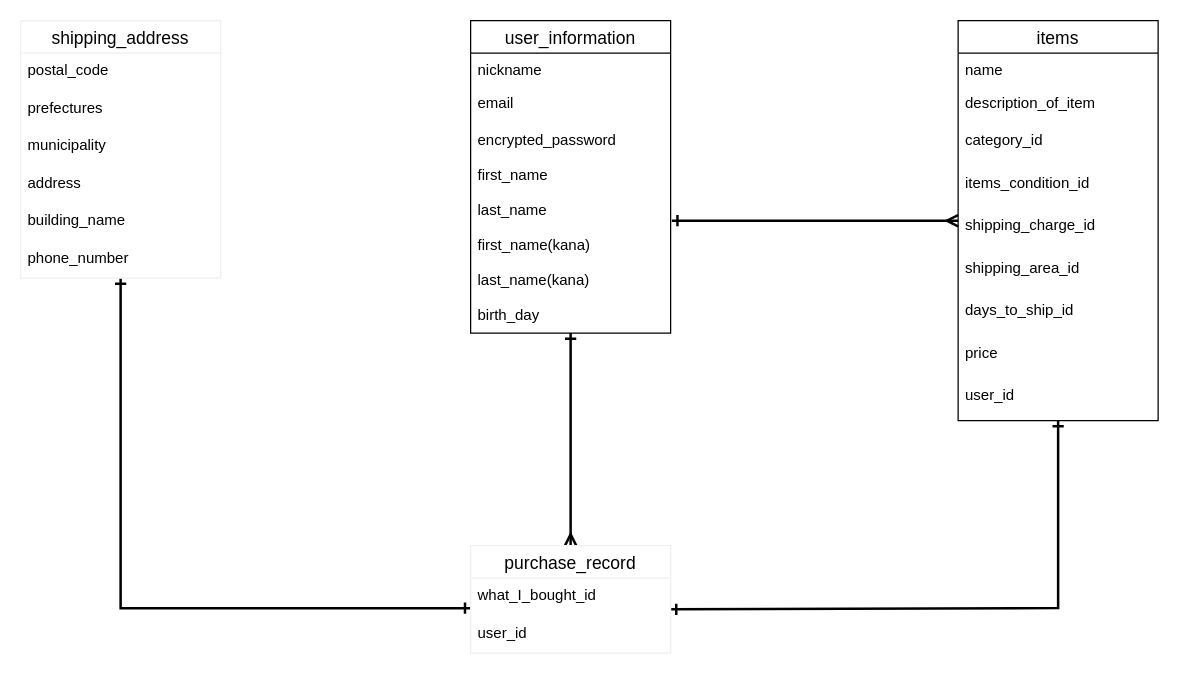
This is furima_ER.dio from sairas774/furima-35582, a draw.io file, before an edit. Source tidied: cells renumbered, new cells numbered last; positions are measured from the earlier drawing's top-left corner, leaving out a move shared by most shapes. Both pictures are drawn from the tidied source at 125%, with x=0, y=0 at pixel (20, 20).
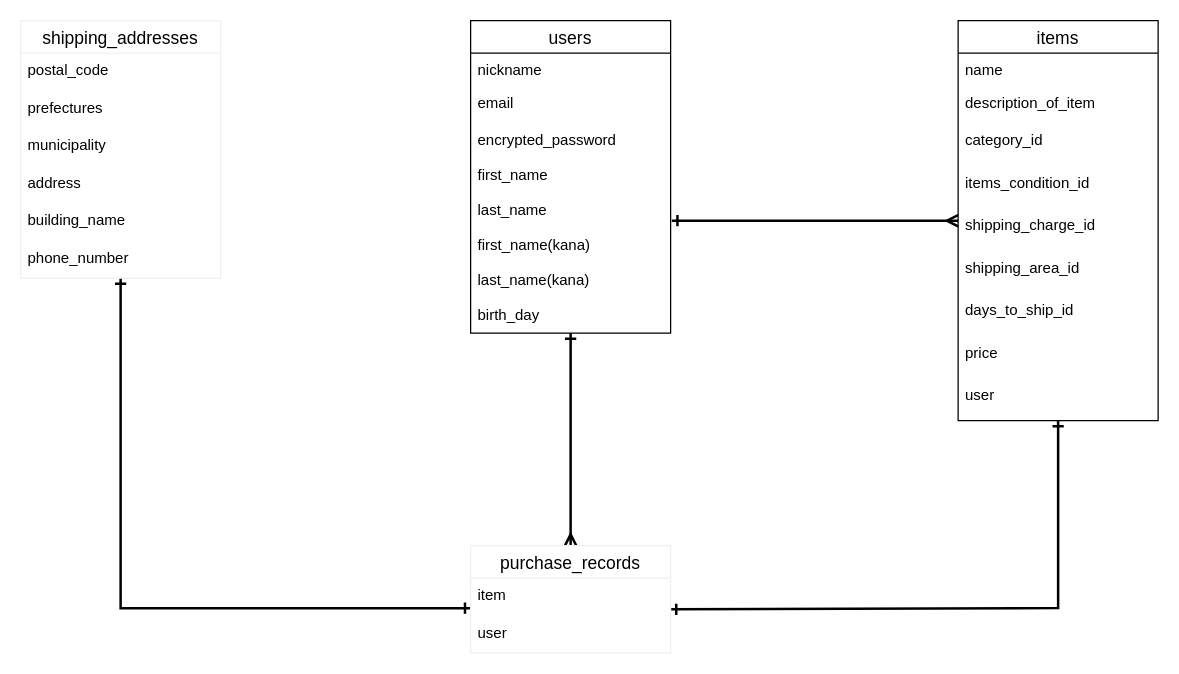
The same page after the edit.

Commit message (it also covers changes not shown here):
データベース修正４

Unchanged cells that the change refers to:
```xml
<mxCell id="14" value="items" style="swimlane;fontStyle=0;horizontal=1;startSize=26;align=center;fontSize=14;" parent="1" vertex="1">
  <mxGeometry x="750" width="160" height="320" as="geometry" />
</mxCell>
```

Change to the diagram source:
```diff
@@
-    <mxCell id="3" value="user_information" style="swimlane;fontStyle=0;horizontal=1;startSize=26;align=center;fontSize=14;" parent="1" vertex="1">
+    <mxCell id="3" value="users" style="swimlane;fontStyle=0;horizontal=1;startSize=26;align=center;fontSize=14;" parent="1" vertex="1">
       <mxGeometry x="360" width="160" height="250" as="geometry" />
     </mxCell>
@@
-    <mxCell id="23" value="user_id" style="text;strokeColor=none;spacingLeft=4;spacingRight=4;overflow=hidden;fontSize=12;align=left;" parent="14" vertex="1">
+    <mxCell id="23" value="user" style="text;strokeColor=none;spacingLeft=4;spacingRight=4;overflow=hidden;fontSize=12;align=left;" parent="14" vertex="1">
       <mxGeometry y="286" width="160" height="34" as="geometry" />
     </mxCell>
@@
-    <mxCell id="25" value="shipping_address" style="swimlane;fontStyle=0;horizontal=1;startSize=26;align=center;fontSize=14;strokeColor=#f0f0f0;fillColor=none;" parent="1" vertex="1">
+    <mxCell id="25" value="shipping_addresses" style="swimlane;fontStyle=0;horizontal=1;startSize=26;align=center;fontSize=14;strokeColor=#f0f0f0;fillColor=none;" parent="1" vertex="1">
       <mxGeometry width="160" height="206" as="geometry" />
     </mxCell>
@@
-    <mxCell id="32" value="purchase_record" style="swimlane;fontStyle=0;horizontal=1;startSize=26;align=center;fontSize=14;strokeColor=#f0f0f0;fillColor=none;" parent="1" vertex="1">
+    <mxCell id="32" value="purchase_records" style="swimlane;fontStyle=0;horizontal=1;startSize=26;align=center;fontSize=14;strokeColor=#f0f0f0;fillColor=none;" parent="1" vertex="1">
       <mxGeometry x="360" y="420" width="160" height="86" as="geometry" />
     </mxCell>
-    <mxCell id="33" value="what_I_bought_id" style="text;strokeColor=none;fillColor=none;spacingLeft=4;spacingRight=4;overflow=hidden;points=[[0,0.5],[1,0.5]];portConstraint=eastwest;fontSize=12;" parent="32" vertex="1">
+    <mxCell id="33" value="item" style="text;strokeColor=none;fillColor=none;spacingLeft=4;spacingRight=4;overflow=hidden;points=[[0,0.5],[1,0.5]];portConstraint=eastwest;fontSize=12;" parent="32" vertex="1">
       <mxGeometry y="26" width="160" height="30" as="geometry" />
     </mxCell>
-    <mxCell id="34" value="user_id" style="text;strokeColor=none;fillColor=none;spacingLeft=4;spacingRight=4;overflow=hidden;fontSize=12;" parent="32" vertex="1">
+    <mxCell id="34" value="user" style="text;strokeColor=none;fillColor=none;spacingLeft=4;spacingRight=4;overflow=hidden;fontSize=12;" parent="32" vertex="1">
       <mxGeometry y="56" width="160" height="30" as="geometry" />
     </mxCell>
```
